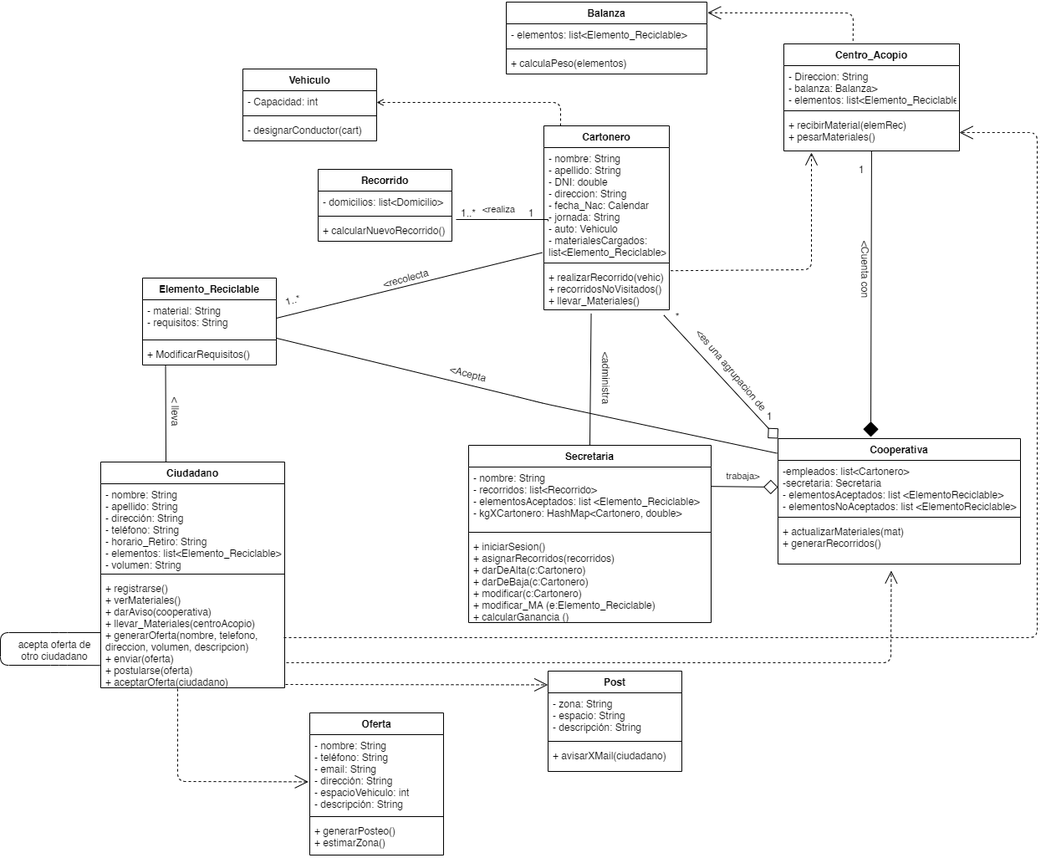
feliarroyo/TPE-Metodologias keeps this draw.io diagram as DiagramaDeClases.png. Above is the earlier version. Source tidied: cells renumbered, new cells last; positions are measured from the earlier drawing's top-left corner, leaving out a move shared by most shapes.
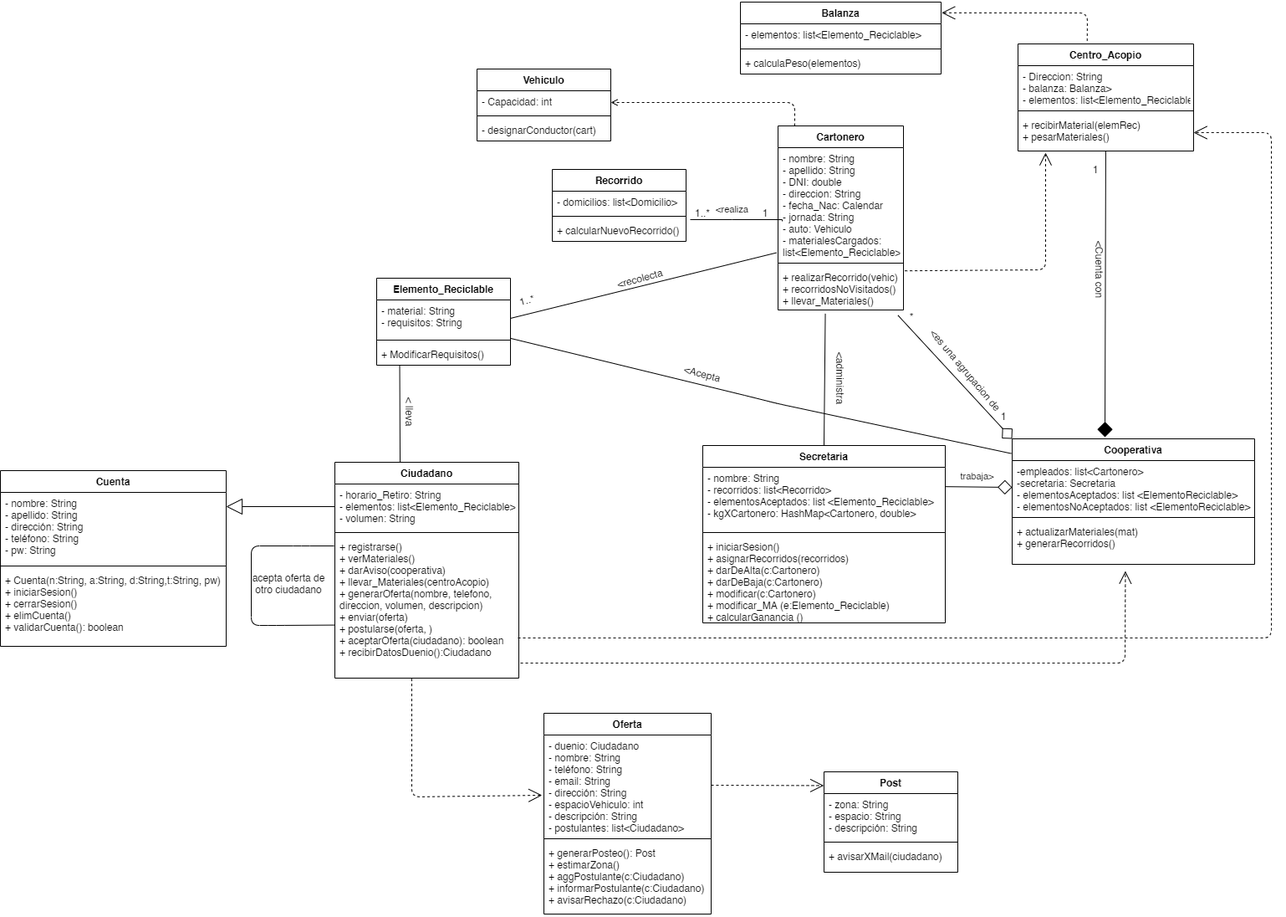
Later version of the same file.

Commit message:
Diagrama de clases actualizado

What changed in the source:
```diff
@@ -80,16 +80,16 @@
       <mxGeometry y="60" width="160" height="26" as="geometry" />
     </mxCell>
     <mxCell id="25" value="Oferta" style="swimlane;fontStyle=1;align=center;verticalAlign=top;horizontal=1;startSize=26;" parent="1" vertex="1">
-      <mxGeometry x="370" y="850" width="160" height="170" as="geometry" />
+      <mxGeometry x="370" y="850" width="200" height="240" as="geometry" />
     </mxCell>
-    <mxCell id="26" value="- nombre: String&#10;- teléfono: String&#10;- email: String&#10;- dirección: String&#10;- espacioVehiculo: int&#10;- descripción: String" style="text;strokeColor=none;fillColor=none;align=left;verticalAlign=top;spacingLeft=4;spacingRight=4;overflow=hidden;points=[[0,0.5],[1,0.5]];portConstraint=eastwest;" parent="25" vertex="1">
-      <mxGeometry y="26" width="160" height="94" as="geometry" />
+    <mxCell id="26" value="- duenio: Ciudadano&#10;- nombre: String&#10;- teléfono: String&#10;- email: String&#10;- dirección: String&#10;- espacioVehiculo: int&#10;- descripción: String&#10;- postulantes: list&lt;Ciudadano&gt;" style="text;strokeColor=none;fillColor=none;align=left;verticalAlign=top;spacingLeft=4;spacingRight=4;overflow=hidden;points=[[0,0.5],[1,0.5]];portConstraint=eastwest;" parent="25" vertex="1">
+      <mxGeometry y="26" width="200" height="120" as="geometry" />
     </mxCell>
     <mxCell id="27" style="line;strokeWidth=1;fillColor=none;align=left;verticalAlign=middle;spacingTop=-1;spacingLeft=3;spacingRight=3;labelPosition=right;" parent="25" vertex="1">
-      <mxGeometry y="120" width="160" height="8" as="geometry" />
+      <mxGeometry y="146" width="200" height="8" as="geometry" />
     </mxCell>
-    <mxCell id="28" value="+ generarPosteo()&#10;+ estimarZona()" style="text;strokeColor=none;fillColor=none;align=left;verticalAlign=top;spacingLeft=4;spacingRight=4;overflow=hidden;" parent="25" vertex="1">
-      <mxGeometry y="128" width="160" height="42" as="geometry" />
+    <mxCell id="28" value="+ generarPosteo(): Post&#10;+ estimarZona()&#10;+ aggPostulante(c:Ciudadano)&#10;+ informarPostulante(c:Ciudadano)&#10;+ avisarRechazo(c:Ciudadano)" style="text;strokeColor=none;fillColor=none;align=left;verticalAlign=top;spacingLeft=4;spacingRight=4;overflow=hidden;" parent="25" vertex="1">
+      <mxGeometry y="154" width="200" height="86" as="geometry" />
     </mxCell>
     <mxCell id="29" value="Centro_Acopio" style="swimlane;fontStyle=1;align=center;verticalAlign=top;horizontal=1;startSize=26;" parent="1" vertex="1">
       <mxGeometry x="937" y="50" width="210" height="128" as="geometry" />
@@ -128,24 +128,25 @@
       <mxGeometry y="108" width="290" height="104" as="geometry" />
     </mxCell>
     <mxCell id="41" value="Ciudadano" style="swimlane;fontStyle=1;align=center;verticalAlign=top;horizontal=1;startSize=26;" parent="1" vertex="1">
-      <mxGeometry x="120" y="550" width="220" height="270" as="geometry" />
+      <mxGeometry x="120" y="550" width="220" height="258" as="geometry" />
     </mxCell>
-    <mxCell id="42" value="- nombre: String&#10;- apellido: String&#10;- dirección: String&#10;- teléfono: String&#10;- horario_Retiro: String&#10;- elementos: list&lt;Elemento_Reciclable&gt;&#10;- volumen: String" style="text;strokeColor=none;fillColor=none;align=left;verticalAlign=top;spacingLeft=4;spacingRight=4;overflow=hidden;points=[[0,0.5],[1,0.5]];portConstraint=eastwest;" parent="41" vertex="1">
-      <mxGeometry y="26" width="220" height="104" as="geometry" />
+    <mxCell id="42" value="- horario_Retiro: String&#10;- elementos: list&lt;Elemento_Reciclable&gt;&#10;- volumen: String" style="text;strokeColor=none;fillColor=none;align=left;verticalAlign=top;spacingLeft=4;spacingRight=4;overflow=hidden;points=[[0,0.5],[1,0.5]];portConstraint=eastwest;" parent="41" vertex="1">
+      <mxGeometry y="26" width="220" height="54" as="geometry" />
     </mxCell>
     <mxCell id="43" style="line;strokeWidth=1;fillColor=none;align=left;verticalAlign=middle;spacingTop=-1;spacingLeft=3;spacingRight=3;labelPosition=right;" parent="41" vertex="1">
-      <mxGeometry y="130" width="220" height="8" as="geometry" />
+      <mxGeometry y="80" width="220" height="8" as="geometry" />
     </mxCell>
-    <mxCell id="44" value="+ registrarse()&#10;+ verMateriales()&#10;+ darAviso(cooperativa)&#10;+ llevar_Materiales(centroAcopio)&#10;+ generarOferta(nombre, telefono,&#10;direccion, volumen, descripcion)&#10;+ enviar(oferta)&#10;+ postularse(oferta)&#10;+ aceptarOferta(ciudadano)" style="text;strokeColor=none;fillColor=none;align=left;verticalAlign=top;spacingLeft=4;spacingRight=4;overflow=hidden;points=[[0,0.5],[1,0.5]];portConstraint=eastwest;" parent="41" vertex="1">
-      <mxGeometry y="138" width="220" height="132" as="geometry" />
+    <mxCell id="44" value="+ registrarse()&#10;+ verMateriales()&#10;+ darAviso(cooperativa)&#10;+ llevar_Materiales(centroAcopio)&#10;+ generarOferta(nombre, telefono,&#10;direccion, volumen, descripcion)&#10;+ enviar(oferta)&#10;+ postularse(oferta, )&#10;+ aceptarOferta(ciudadano): boolean&#10;+ recibirDatosDuenio():Ciudadano" style="text;strokeColor=none;fillColor=none;align=left;verticalAlign=top;spacingLeft=4;spacingRight=4;overflow=hidden;points=[[0,0.5],[1,0.5]];portConstraint=eastwest;" parent="41" vertex="1">
+      <mxGeometry y="88" width="220" height="170" as="geometry" />
     </mxCell>
-    <mxCell id="45" style="endArrow=none;html=1;startSize=14;endSize=14;exitX=-0.004;exitY=0.797;exitDx=0;exitDy=0;exitPerimeter=0;entryX=0;entryY=0.5;entryDx=0;entryDy=0;endFill=0;" parent="41" edge="1" source="44" target="44">
+    <mxCell id="45" style="endArrow=none;html=1;startSize=14;endSize=14;exitX=-0.003;exitY=0.627;exitDx=0;exitDy=0;exitPerimeter=0;endFill=0;" parent="41" edge="1" source="44">
       <mxGeometry relative="1" as="geometry">
+        <mxPoint x="-1" y="100" as="targetPoint" />
         <Array as="points">
-          <mxPoint x="-50" y="243" />
-          <mxPoint x="-120" y="243" />
-          <mxPoint x="-120" y="204" />
-          <mxPoint x="-50" y="204" />
+          <mxPoint x="-70" y="195" />
+          <mxPoint x="-100" y="195" />
+          <mxPoint x="-100" y="100" />
+          <mxPoint x="-40" y="100" />
         </Array>
       </mxGeometry>
     </mxCell>
@@ -165,7 +166,7 @@
       </mxGeometry>
     </mxCell>
     <mxCell id="48" value="Post" style="swimlane;fontStyle=1;align=center;verticalAlign=top;horizontal=1;startSize=26;" parent="1" vertex="1">
-      <mxGeometry x="655" y="800" width="160" height="120" as="geometry" />
+      <mxGeometry x="705" y="920" width="160" height="120" as="geometry" />
     </mxCell>
     <mxCell id="49" value="- zona: String&#10;- espacio: String&#10;- descripción: String&#10;" style="text;strokeColor=none;fillColor=none;align=left;verticalAlign=top;spacingLeft=4;spacingRight=4;overflow=hidden;" parent="48" vertex="1">
       <mxGeometry y="26" width="160" height="54" as="geometry" />
@@ -275,17 +276,32 @@
     <mxCell id="74" style="endArrow=none;html=1;endSize=14;entryX=0.418;entryY=1.004;entryDx=0;entryDy=0;entryPerimeter=0;exitX=-0.011;exitY=0.6;exitDx=0;exitDy=0;exitPerimeter=0;dashed=1;startArrow=open;startFill=0;startSize=14;" parent="1" edge="1" source="26" target="44">
       <mxGeometry relative="1" as="geometry">
         <Array as="points">
-          <mxPoint x="212" y="932" />
+          <mxPoint x="212" y="950" />
         </Array>
       </mxGeometry>
     </mxCell>
     <mxCell id="75" value="acepta oferta de otro ciudadano" style="text;html=1;strokeColor=none;fillColor=none;align=center;verticalAlign=middle;whiteSpace=wrap;rounded=0;" parent="1" vertex="1">
-      <mxGeometry x="10" y="760" width="110" height="30" as="geometry" />
+      <mxGeometry x="10" y="680" width="110" height="30" as="geometry" />
     </mxCell>
-    <mxCell id="76" style="endArrow=open;dashed=1;html=1;startSize=14;endSize=14;entryX=-0.002;entryY=0.137;entryDx=0;entryDy=0;entryPerimeter=0;endFill=0;" parent="1" edge="1" target="48">
-      <mxGeometry relative="1" as="geometry">
-        <mxPoint x="341" y="816" as="sourcePoint" />
-      </mxGeometry>
+    <mxCell id="76" style="endArrow=open;dashed=1;html=1;startSize=14;endSize=14;entryX=-0.002;entryY=0.137;entryDx=0;entryDy=0;entryPerimeter=0;endFill=0;exitX=1;exitY=0.5;exitDx=0;exitDy=0;" parent="1" edge="1" source="26" target="48">
+      <mxGeometry relative="1" as="geometry" />
     </mxCell>
+    <mxCell id="77" value="Cuenta" style="swimlane;fontStyle=1;align=center;verticalAlign=top;horizontal=1;startSize=26;" parent="1" vertex="1">
+      <mxGeometry x="-280" y="560" width="270" height="210" as="geometry" />
+    </mxCell>
+    <mxCell id="78" value="- nombre: String&#10;- apellido: String&#10;- dirección: String&#10;- teléfono: String&#10;- pw: String" style="text;strokeColor=none;fillColor=none;align=left;verticalAlign=top;spacingLeft=4;spacingRight=4;overflow=hidden;" parent="77" vertex="1">
+      <mxGeometry y="26" width="270" height="84" as="geometry" />
+    </mxCell>
+    <mxCell id="79" style="line;strokeWidth=1;fillColor=none;align=left;verticalAlign=middle;spacingTop=-1;spacingLeft=3;spacingRight=3;labelPosition=right;" parent="77" vertex="1">
+      <mxGeometry y="110" width="270" height="8" as="geometry" />
+    </mxCell>
+    <mxCell id="80" value="+ Cuenta(n:String, a:String, d:String,t:String, pw)&#10;+ iniciarSesion()&#10;+ cerrarSesion()&#10;+ elimCuenta()&#10;+ validarCuenta(): boolean" style="text;strokeColor=none;fillColor=none;align=left;verticalAlign=top;spacingLeft=4;spacingRight=4;overflow=hidden;" parent="77" vertex="1">
+      <mxGeometry y="118" width="270" height="92" as="geometry" />
+    </mxCell>
+    <mxCell id="81" style="endArrow=block;html=1;endFill=0;startSize=11;endSize=17;exitX=0;exitY=0.5;exitDx=0;exitDy=0;" parent="1" edge="1" source="42">
+      <mxGeometry relative="1" as="geometry">
+        <mxPoint x="-10" y="603" as="targetPoint" />
+      </mxGeometry>
+    </mxCell>
   </root>
 </mxGraphModel>
```
